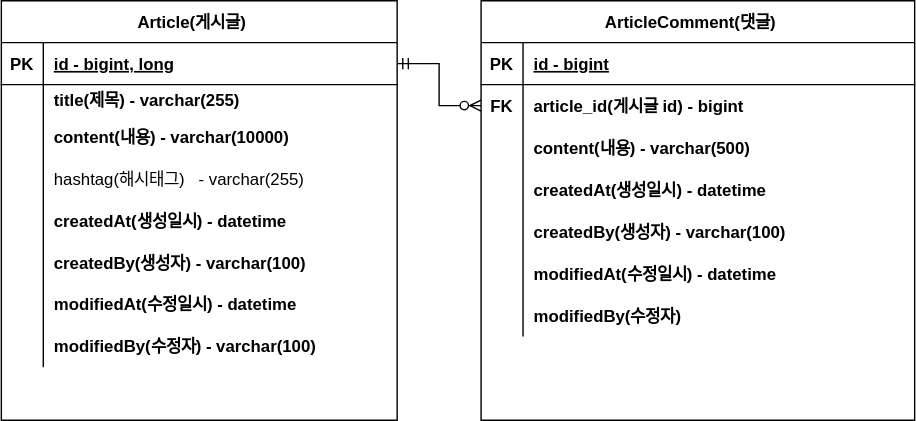
Above: document/project-board-erd.drawio.svg in zmfpdl64/fastcampus-project-board (draw.io), before the change. Source tidied: cells renumbered, new cells last; positions are measured from the earlier drawing's top-left corner, leaving out a move shared by most shapes.
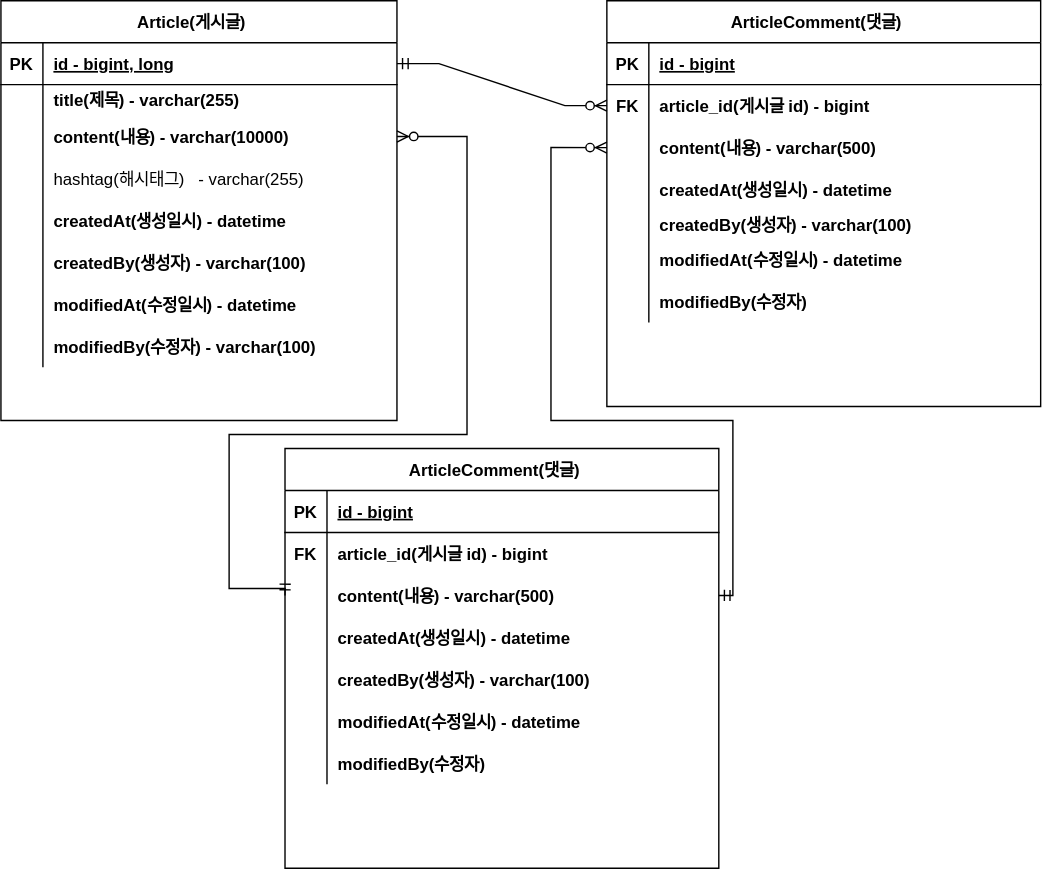
After the change.

Commit message:
#19 ERD ADD User domain.svg

What changed in the source:
```diff
@@ -78,7 +78,7 @@
       <mxGeometry x="30" width="253" height="30" as="geometry" />
     </mxCell>
     <mxCell id="27" value="ArticleComment(댓글)   " style="shape=table;startSize=30;rowLines=0;fontStyle=1;align=center;" parent="1" vertex="1">
-      <mxGeometry x="343" width="310" height="300" as="geometry" />
+      <mxGeometry x="433" width="310" height="290" as="geometry" />
     </mxCell>
     <mxCell id="28" style="shape=tableRow;horizontal=0;startSize=0;swimlaneHead=0;swimlaneBody=0;fillColor=none;top=0;left=0;right=0;bottom=1;" parent="27" vertex="1">
       <mxGeometry y="30" width="310" height="30" as="geometry" />
@@ -117,16 +117,16 @@
       <mxGeometry x="30" width="280" height="30" as="geometry" />
     </mxCell>
     <mxCell id="40" style="shape=tableRow;horizontal=0;startSize=0;swimlaneHead=0;swimlaneBody=0;fillColor=none;top=0;left=0;right=0;bottom=0;" parent="27" vertex="1">
-      <mxGeometry y="150" width="310" height="30" as="geometry" />
+      <mxGeometry y="150" width="310" height="20" as="geometry" />
     </mxCell>
     <mxCell id="41" style="shape=partialRectangle;fillColor=none;top=0;left=0;bottom=0;right=0;overflow=hidden;" parent="40" vertex="1">
-      <mxGeometry width="30" height="30" as="geometry" />
+      <mxGeometry width="30" height="20" as="geometry" />
     </mxCell>
     <mxCell id="42" value="createdBy(생성자) - varchar(100)" style="shape=partialRectangle;fillColor=none;top=0;left=0;bottom=0;right=0;align=left;spacingLeft=6;overflow=hidden;fontStyle=1;" parent="40" vertex="1">
-      <mxGeometry x="30" width="280" height="30" as="geometry" />
+      <mxGeometry x="30" width="280" height="20" as="geometry" />
     </mxCell>
     <mxCell id="43" style="shape=tableRow;horizontal=0;startSize=0;swimlaneHead=0;swimlaneBody=0;fillColor=none;top=0;left=0;right=0;bottom=0;" parent="27" vertex="1">
-      <mxGeometry y="180" width="310" height="30" as="geometry" />
+      <mxGeometry y="170" width="310" height="30" as="geometry" />
     </mxCell>
     <mxCell id="44" style="shape=partialRectangle;fillColor=none;top=0;left=0;bottom=0;right=0;overflow=hidden;" parent="43" vertex="1">
       <mxGeometry width="30" height="30" as="geometry" />
@@ -135,7 +135,7 @@
       <mxGeometry x="30" width="280" height="30" as="geometry" />
     </mxCell>
     <mxCell id="46" style="shape=tableRow;horizontal=0;startSize=0;swimlaneHead=0;swimlaneBody=0;fillColor=none;top=0;left=0;right=0;bottom=0;" parent="27" vertex="1">
-      <mxGeometry y="210" width="310" height="30" as="geometry" />
+      <mxGeometry y="200" width="310" height="30" as="geometry" />
     </mxCell>
     <mxCell id="47" style="shape=partialRectangle;fillColor=none;top=0;left=0;bottom=0;right=0;overflow=hidden;" parent="46" vertex="1">
       <mxGeometry width="30" height="30" as="geometry" />
@@ -146,5 +146,92 @@
     <mxCell id="49" style="edgeStyle=entityRelationEdgeStyle;fontSize=12;html=1;endArrow=ERzeroToMany;startArrow=ERmandOne;rounded=0;entryX=0;entryY=0.5;entryDx=0;entryDy=0;exitX=1;exitY=0.5;exitDx=0;exitDy=0;" parent="1" edge="1" source="3" target="31">
       <mxGeometry relative="1" as="geometry" />
     </mxCell>
+    <mxCell id="50" value="ArticleComment(댓글)   " style="shape=table;startSize=30;rowLines=0;fontStyle=1;align=center;" parent="1" vertex="1">
+      <mxGeometry x="203" y="320" width="310" height="300" as="geometry" />
+    </mxCell>
+    <mxCell id="51" style="shape=tableRow;horizontal=0;startSize=0;swimlaneHead=0;swimlaneBody=0;fillColor=none;top=0;left=0;right=0;bottom=1;" parent="50" vertex="1">
+      <mxGeometry y="30" width="310" height="30" as="geometry" />
+    </mxCell>
+    <mxCell id="52" value="PK" style="shape=partialRectangle;fillColor=none;top=0;left=0;bottom=0;right=0;fontStyle=1;overflow=hidden;" parent="51" vertex="1">
+      <mxGeometry width="30" height="30" as="geometry" />
+    </mxCell>
+    <mxCell id="53" value="id - bigint" style="shape=partialRectangle;fillColor=none;top=0;left=0;bottom=0;right=0;align=left;spacingLeft=6;fontStyle=5;overflow=hidden;" parent="51" vertex="1">
+      <mxGeometry x="30" width="280" height="30" as="geometry" />
+    </mxCell>
+    <mxCell id="54" style="shape=tableRow;horizontal=0;startSize=0;swimlaneHead=0;swimlaneBody=0;fillColor=none;top=0;left=0;right=0;bottom=0;" parent="50" vertex="1">
+      <mxGeometry y="60" width="310" height="30" as="geometry" />
+    </mxCell>
+    <mxCell id="55" value="FK" style="shape=partialRectangle;fillColor=none;top=0;left=0;bottom=0;right=0;overflow=hidden;fontStyle=1;" parent="54" vertex="1">
+      <mxGeometry width="30" height="30" as="geometry" />
+    </mxCell>
+    <mxCell id="56" value="article_id(게시글 id) - bigint" style="shape=partialRectangle;fillColor=none;top=0;left=0;bottom=0;right=0;align=left;spacingLeft=6;overflow=hidden;fontStyle=1;" parent="54" vertex="1">
+      <mxGeometry x="30" width="280" height="30" as="geometry" />
+    </mxCell>
+    <mxCell id="57" style="shape=tableRow;horizontal=0;startSize=0;swimlaneHead=0;swimlaneBody=0;fillColor=none;points=[[0,0.5],[1,0.5]];portConstraint=eastwest;top=0;left=0;right=0;bottom=0;" parent="50" vertex="1">
+      <mxGeometry y="90" width="310" height="30" as="geometry" />
+    </mxCell>
+    <mxCell id="58" style="shape=partialRectangle;fillColor=none;top=0;left=0;bottom=0;right=0;overflow=hidden;" parent="57" vertex="1">
+      <mxGeometry width="30" height="30" as="geometry" />
+    </mxCell>
+    <mxCell id="59" value="content(내용) - varchar(500)" style="shape=partialRectangle;fillColor=none;top=0;left=0;bottom=0;right=0;align=left;spacingLeft=6;overflow=hidden;fontStyle=1;" parent="57" vertex="1">
+      <mxGeometry x="30" width="280" height="30" as="geometry" />
+    </mxCell>
+    <mxCell id="60" style="shape=tableRow;horizontal=0;startSize=0;swimlaneHead=0;swimlaneBody=0;fillColor=none;top=0;left=0;right=0;bottom=0;" parent="50" vertex="1">
+      <mxGeometry y="120" width="310" height="30" as="geometry" />
+    </mxCell>
+    <mxCell id="61" style="shape=partialRectangle;fillColor=none;top=0;left=0;bottom=0;right=0;overflow=hidden;" parent="60" vertex="1">
+      <mxGeometry width="30" height="30" as="geometry" />
+    </mxCell>
+    <mxCell id="62" value="createdAt(생성일시) - datetime" style="shape=partialRectangle;fillColor=none;top=0;left=0;bottom=0;right=0;align=left;spacingLeft=6;overflow=hidden;fontStyle=1;" parent="60" vertex="1">
+      <mxGeometry x="30" width="280" height="30" as="geometry" />
+    </mxCell>
+    <mxCell id="63" style="shape=tableRow;horizontal=0;startSize=0;swimlaneHead=0;swimlaneBody=0;fillColor=none;top=0;left=0;right=0;bottom=0;" parent="50" vertex="1">
+      <mxGeometry y="150" width="310" height="30" as="geometry" />
+    </mxCell>
+    <mxCell id="64" style="shape=partialRectangle;fillColor=none;top=0;left=0;bottom=0;right=0;overflow=hidden;" parent="63" vertex="1">
+      <mxGeometry width="30" height="30" as="geometry" />
+    </mxCell>
+    <mxCell id="65" value="createdBy(생성자) - varchar(100)" style="shape=partialRectangle;fillColor=none;top=0;left=0;bottom=0;right=0;align=left;spacingLeft=6;overflow=hidden;fontStyle=1;" parent="63" vertex="1">
+      <mxGeometry x="30" width="280" height="30" as="geometry" />
+    </mxCell>
+    <mxCell id="66" style="shape=tableRow;horizontal=0;startSize=0;swimlaneHead=0;swimlaneBody=0;fillColor=none;top=0;left=0;right=0;bottom=0;" parent="50" vertex="1">
+      <mxGeometry y="180" width="310" height="30" as="geometry" />
+    </mxCell>
+    <mxCell id="67" style="shape=partialRectangle;fillColor=none;top=0;left=0;bottom=0;right=0;overflow=hidden;" parent="66" vertex="1">
+      <mxGeometry width="30" height="30" as="geometry" />
+    </mxCell>
+    <mxCell id="68" value="modifiedAt(수정일시) - datetime" style="shape=partialRectangle;fillColor=none;top=0;left=0;bottom=0;right=0;align=left;spacingLeft=6;overflow=hidden;fontStyle=1;" parent="66" vertex="1">
+      <mxGeometry x="30" width="280" height="30" as="geometry" />
+    </mxCell>
+    <mxCell id="69" style="shape=tableRow;horizontal=0;startSize=0;swimlaneHead=0;swimlaneBody=0;fillColor=none;top=0;left=0;right=0;bottom=0;" parent="50" vertex="1">
+      <mxGeometry y="210" width="310" height="30" as="geometry" />
+    </mxCell>
+    <mxCell id="70" style="shape=partialRectangle;fillColor=none;top=0;left=0;bottom=0;right=0;overflow=hidden;" parent="69" vertex="1">
+      <mxGeometry width="30" height="30" as="geometry" />
+    </mxCell>
+    <mxCell id="71" value="modifiedBy(수정자)" style="shape=partialRectangle;fillColor=none;top=0;left=0;bottom=0;right=0;align=left;spacingLeft=6;overflow=hidden;fontStyle=1;" parent="69" vertex="1">
+      <mxGeometry x="30" width="280" height="30" as="geometry" />
+    </mxCell>
+    <mxCell id="72" style="edgeStyle=orthogonalEdgeStyle;fontSize=12;html=1;endArrow=ERzeroToMany;startArrow=ERmandOne;rounded=0;entryX=0;entryY=0.5;entryDx=0;entryDy=0;exitX=1;exitY=0.5;exitDx=0;exitDy=0;" parent="1" edge="1" source="57" target="34">
+      <mxGeometry relative="1" as="geometry">
+        <Array as="points">
+          <mxPoint x="523" y="425" />
+          <mxPoint x="523" y="300" />
+          <mxPoint x="393" y="300" />
+          <mxPoint x="393" y="105" />
+        </Array>
+      </mxGeometry>
+    </mxCell>
+    <mxCell id="73" style="edgeStyle=orthogonalEdgeStyle;fontSize=12;html=1;endArrow=ERzeroToMany;startArrow=ERmandOne;rounded=0;exitX=0;exitY=0.5;exitDx=0;exitDy=0;entryX=1;entryY=0.5;entryDx=0;entryDy=0;" parent="1" edge="1" source="57" target="9">
+      <mxGeometry relative="1" as="geometry">
+        <Array as="points">
+          <mxPoint x="203" y="420" />
+          <mxPoint x="163" y="420" />
+          <mxPoint x="163" y="310" />
+          <mxPoint x="333" y="310" />
+          <mxPoint x="333" y="97" />
+        </Array>
+      </mxGeometry>
+    </mxCell>
   </root>
 </mxGraphModel>
```
